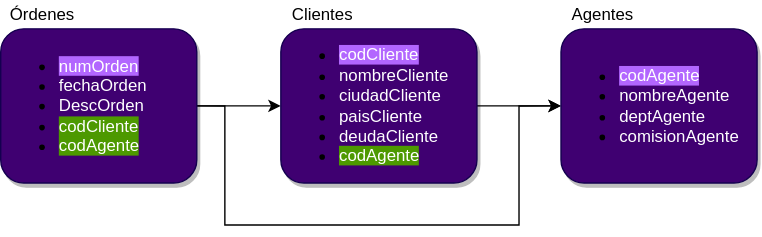
This is client/src/sql_diagram.svg from carlosvq1337/webdev-web-app, a draw.io export, as it was before one commit. Source tidied: cells renumbered, new cells last; positions are measured from the earlier drawing's top-left corner, leaving out a move shared by most shapes.
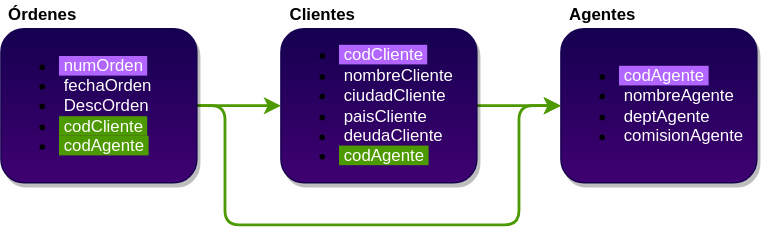
The same file after the commit.

Diff of the diagram source:
```diff
@@ -2,10 +2,10 @@
   <root>
     <mxCell id="0" />
     <mxCell id="1" parent="0" />
-    <mxCell id="2" style="edgeStyle=orthogonalEdgeStyle;rounded=0;jettySize=auto;html=1;exitX=1;exitY=0.5;exitDx=0;exitDy=0;entryX=0;entryY=0.5;entryDx=0;entryDy=0;" parent="1" edge="1" source="4" target="6">
+    <mxCell id="2" style="edgeStyle=orthogonalEdgeStyle;rounded=1;jettySize=auto;html=1;exitX=1;exitY=0.5;exitDx=0;exitDy=0;entryX=0;entryY=0.5;entryDx=0;entryDy=0;strokeWidth=2;strokeColor=#4D9900;" parent="1" edge="1" source="4" target="6">
       <mxGeometry relative="1" as="geometry" />
     </mxCell>
-    <mxCell id="3" style="edgeStyle=orthogonalEdgeStyle;rounded=0;jettySize=auto;html=1;exitX=1;exitY=0.5;exitDx=0;exitDy=0;entryX=0;entryY=0.5;entryDx=0;entryDy=0;" parent="1" edge="1" source="4" target="7">
+    <mxCell id="3" style="edgeStyle=orthogonalEdgeStyle;rounded=1;jettySize=auto;html=1;exitX=1;exitY=0.5;exitDx=0;exitDy=0;entryX=0;entryY=0.5;entryDx=0;entryDy=0;strokeWidth=2;strokeColor=#4D9900;" parent="1" edge="1" source="4" target="7">
       <mxGeometry relative="1" as="geometry">
         <Array as="points">
           <mxPoint x="160" y="75" />
@@ -15,27 +15,27 @@
         </Array>
       </mxGeometry>
     </mxCell>
-    <mxCell id="4" value="&lt;ul&gt;&lt;li&gt;&lt;span style=&quot;color: rgb(255 , 255 , 255) ; background-color: rgb(178 , 102 , 255) ; line-height: 100%&quot;&gt;numOrden&lt;/span&gt;&lt;/li&gt;&lt;li&gt;&lt;span style=&quot;color: rgb(255 , 255 , 255)&quot;&gt;fechaOrden&lt;/span&gt;&lt;/li&gt;&lt;li&gt;&lt;span style=&quot;color: rgb(255 , 255 , 255)&quot;&gt;DescOrden&lt;/span&gt;&lt;/li&gt;&lt;li&gt;&lt;span style=&quot;color: rgb(255 , 255 , 255) ; background-color: rgb(77 , 153 , 0)&quot;&gt;codCliente&lt;/span&gt;&lt;/li&gt;&lt;li&gt;&lt;span style=&quot;color: rgb(255 , 255 , 255) ; background-color: rgb(77 , 153 , 0)&quot;&gt;codAgente&lt;/span&gt;&lt;/li&gt;&lt;/ul&gt;" style="rounded=1;whiteSpace=wrap;html=1;fillColor=#3F0071;align=left;strokeColor=#150050;glass=0;shadow=1;sketch=0;" parent="1" vertex="1">
+    <mxCell id="4" value="&lt;ul&gt;&lt;li&gt;&lt;span style=&quot;color: rgb(255 , 255 , 255) ; background-color: rgb(178 , 102 , 255) ; line-height: 100%&quot;&gt;&amp;nbsp;numOrden&amp;nbsp;&lt;/span&gt;&lt;/li&gt;&lt;li&gt;&lt;span style=&quot;color: rgb(255 , 255 , 255)&quot;&gt;&amp;nbsp;fechaOrden&lt;/span&gt;&lt;/li&gt;&lt;li&gt;&lt;span style=&quot;color: rgb(255 , 255 , 255)&quot;&gt;&amp;nbsp;DescOrden&lt;/span&gt;&lt;/li&gt;&lt;li&gt;&lt;span style=&quot;color: rgb(255 , 255 , 255) ; background-color: rgb(77 , 153 , 0)&quot;&gt;&amp;nbsp;codCliente&amp;nbsp;&lt;/span&gt;&lt;/li&gt;&lt;li&gt;&lt;span style=&quot;color: rgb(255 , 255 , 255) ; background-color: rgb(77 , 153 , 0)&quot;&gt;&amp;nbsp;codAgente&amp;nbsp;&lt;/span&gt;&lt;/li&gt;&lt;/ul&gt;" style="rounded=1;whiteSpace=wrap;html=1;align=left;strokeColor=#150050;glass=0;shadow=1;sketch=0;gradientColor=#3F0071;fillColor=#150050;" parent="1" vertex="1">
       <mxGeometry y="20" width="140" height="110" as="geometry" />
     </mxCell>
-    <mxCell id="5" style="edgeStyle=orthogonalEdgeStyle;rounded=0;jettySize=auto;html=1;exitX=1;exitY=0.5;exitDx=0;exitDy=0;" parent="1" edge="1" source="6">
+    <mxCell id="5" style="edgeStyle=orthogonalEdgeStyle;rounded=0;jettySize=auto;html=1;exitX=1;exitY=0.5;exitDx=0;exitDy=0;strokeWidth=2;strokeColor=#4D9900;" parent="1" edge="1" source="6">
       <mxGeometry relative="1" as="geometry">
         <mxPoint x="400" y="75" as="targetPoint" />
       </mxGeometry>
     </mxCell>
-    <mxCell id="6" value="&lt;ul&gt;&lt;li&gt;&lt;font color=&quot;#ffffff&quot;&gt;&lt;span style=&quot;background-color: rgb(178 , 102 , 255)&quot;&gt;codCliente&lt;/span&gt;&lt;/font&gt;&lt;/li&gt;&lt;li&gt;&lt;span style=&quot;color: rgb(255 , 255 , 255)&quot;&gt;nombreCliente&lt;/span&gt;&lt;/li&gt;&lt;li&gt;&lt;span style=&quot;color: rgb(255 , 255 , 255)&quot;&gt;ciudadCliente&lt;/span&gt;&lt;/li&gt;&lt;li&gt;&lt;span style=&quot;color: rgb(255 , 255 , 255)&quot;&gt;paisCliente&lt;/span&gt;&lt;/li&gt;&lt;li&gt;&lt;span style=&quot;color: rgb(255 , 255 , 255)&quot;&gt;deudaCliente&lt;/span&gt;&lt;/li&gt;&lt;li&gt;&lt;span style=&quot;background-color: rgb(77 , 153 , 0) ; color: rgb(255 , 255 , 255)&quot;&gt;codAgente&lt;/span&gt;&lt;br&gt;&lt;/li&gt;&lt;/ul&gt;" style="rounded=1;whiteSpace=wrap;html=1;fillColor=#3F0071;align=left;strokeColor=#150050;glass=0;shadow=1;sketch=0;" parent="1" vertex="1">
+    <mxCell id="6" value="&lt;ul&gt;&lt;li&gt;&lt;font color=&quot;#ffffff&quot; style=&quot;background-color: rgb(178 , 102 , 255)&quot;&gt;&amp;nbsp;codCliente&amp;nbsp;&lt;/font&gt;&lt;/li&gt;&lt;li&gt;&lt;span style=&quot;color: rgb(255 , 255 , 255)&quot;&gt;&amp;nbsp;nombreCliente&amp;nbsp;&lt;/span&gt;&lt;/li&gt;&lt;li&gt;&lt;span style=&quot;color: rgb(255 , 255 , 255)&quot;&gt;&amp;nbsp;ciudadCliente&lt;/span&gt;&lt;/li&gt;&lt;li&gt;&lt;span style=&quot;color: rgb(255 , 255 , 255)&quot;&gt;&amp;nbsp;paisCliente&lt;/span&gt;&lt;/li&gt;&lt;li&gt;&lt;span style=&quot;color: rgb(255 , 255 , 255)&quot;&gt;&amp;nbsp;deudaCliente&lt;/span&gt;&lt;/li&gt;&lt;li&gt;&lt;span style=&quot;background-color: rgb(77 , 153 , 0) ; color: rgb(255 , 255 , 255)&quot;&gt;&amp;nbsp;codAgente&amp;nbsp;&lt;/span&gt;&lt;br&gt;&lt;/li&gt;&lt;/ul&gt;" style="rounded=1;whiteSpace=wrap;html=1;align=left;strokeColor=#150050;glass=0;shadow=1;sketch=0;gradientColor=#3F0071;fillColor=#150050;" parent="1" vertex="1">
       <mxGeometry x="200" y="20" width="140" height="110" as="geometry" />
     </mxCell>
-    <mxCell id="7" value="&lt;ul&gt;&lt;li&gt;&lt;font color=&quot;#ffffff&quot;&gt;&lt;span style=&quot;background-color: rgb(178 , 102 , 255)&quot;&gt;codAgente&lt;/span&gt;&lt;/font&gt;&lt;/li&gt;&lt;li&gt;&lt;font color=&quot;#ffffff&quot;&gt;nombreAgente&lt;/font&gt;&lt;/li&gt;&lt;li&gt;&lt;font color=&quot;#ffffff&quot;&gt;deptAgente&lt;/font&gt;&lt;/li&gt;&lt;li&gt;&lt;font color=&quot;#ffffff&quot;&gt;comisionAgente&lt;/font&gt;&lt;/li&gt;&lt;/ul&gt;" style="rounded=1;whiteSpace=wrap;html=1;fillColor=#3F0071;align=left;strokeColor=#150050;glass=0;shadow=1;sketch=0;" parent="1" vertex="1">
+    <mxCell id="7" value="&lt;ul&gt;&lt;li&gt;&lt;font color=&quot;#ffffff&quot;&gt;&lt;span style=&quot;background-color: rgb(178 , 102 , 255)&quot;&gt;&amp;nbsp;codAgente&amp;nbsp;&lt;/span&gt;&lt;/font&gt;&lt;/li&gt;&lt;li&gt;&lt;font color=&quot;#ffffff&quot;&gt;&amp;nbsp;nombreAgente&lt;/font&gt;&lt;/li&gt;&lt;li&gt;&lt;font color=&quot;#ffffff&quot;&gt;&amp;nbsp;deptAgente&lt;/font&gt;&lt;/li&gt;&lt;li&gt;&lt;font color=&quot;#ffffff&quot;&gt;&amp;nbsp;comisionAgente&lt;/font&gt;&lt;/li&gt;&lt;/ul&gt;" style="rounded=1;whiteSpace=wrap;html=1;align=left;strokeColor=#150050;glass=0;shadow=1;sketch=0;gradientColor=#3F0071;fillColor=#150050;" parent="1" vertex="1">
       <mxGeometry x="400" y="20" width="140" height="110" as="geometry" />
     </mxCell>
-    <mxCell id="8" value="Órdenes" style="text;html=1;strokeColor=none;fillColor=none;align=center;verticalAlign=middle;whiteSpace=wrap;rounded=0;shadow=1;glass=0;sketch=0;" parent="1" vertex="1">
+    <mxCell id="8" value="&lt;b&gt;Órdenes&lt;/b&gt;" style="text;html=1;strokeColor=none;fillColor=none;align=center;verticalAlign=middle;whiteSpace=wrap;rounded=0;shadow=1;glass=0;sketch=0;" parent="1" vertex="1">
       <mxGeometry x="10" width="40" height="20" as="geometry" />
     </mxCell>
-    <mxCell id="9" value="Clientes" style="text;html=1;strokeColor=none;fillColor=none;align=center;verticalAlign=middle;whiteSpace=wrap;rounded=0;shadow=1;glass=0;sketch=0;" parent="1" vertex="1">
+    <mxCell id="9" value="&lt;b&gt;Clientes&lt;/b&gt;" style="text;html=1;strokeColor=none;fillColor=none;align=center;verticalAlign=middle;whiteSpace=wrap;rounded=0;shadow=1;glass=0;sketch=0;" parent="1" vertex="1">
       <mxGeometry x="210" width="40" height="20" as="geometry" />
     </mxCell>
-    <mxCell id="10" value="Agentes" style="text;html=1;strokeColor=none;fillColor=none;align=center;verticalAlign=middle;whiteSpace=wrap;rounded=0;shadow=1;glass=0;sketch=0;" parent="1" vertex="1">
+    <mxCell id="10" value="&lt;b&gt;Agentes&lt;/b&gt;" style="text;html=1;strokeColor=none;fillColor=none;align=center;verticalAlign=middle;whiteSpace=wrap;rounded=0;shadow=1;glass=0;sketch=0;" parent="1" vertex="1">
       <mxGeometry x="410" width="40" height="20" as="geometry" />
     </mxCell>
   </root>
```
